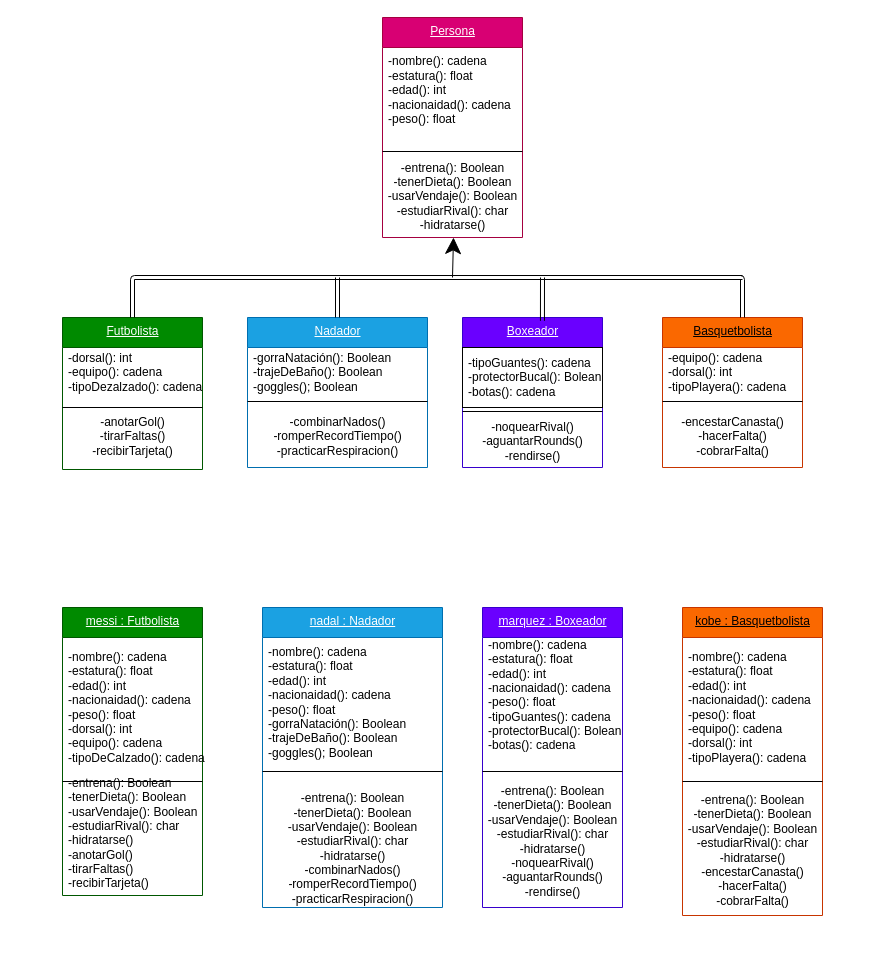
Earlier version of the draw.io diagram Untitled Diagram.drawio (alan-carrasco/Pr-ctica). Source tidied: cells renumbered, new cells numbered last; positions are measured from the earlier drawing's top-left corner, leaving out a move shared by most shapes. Both pictures are drawn from the tidied source at 100%, with x=0, y=0 at pixel (62, 17).
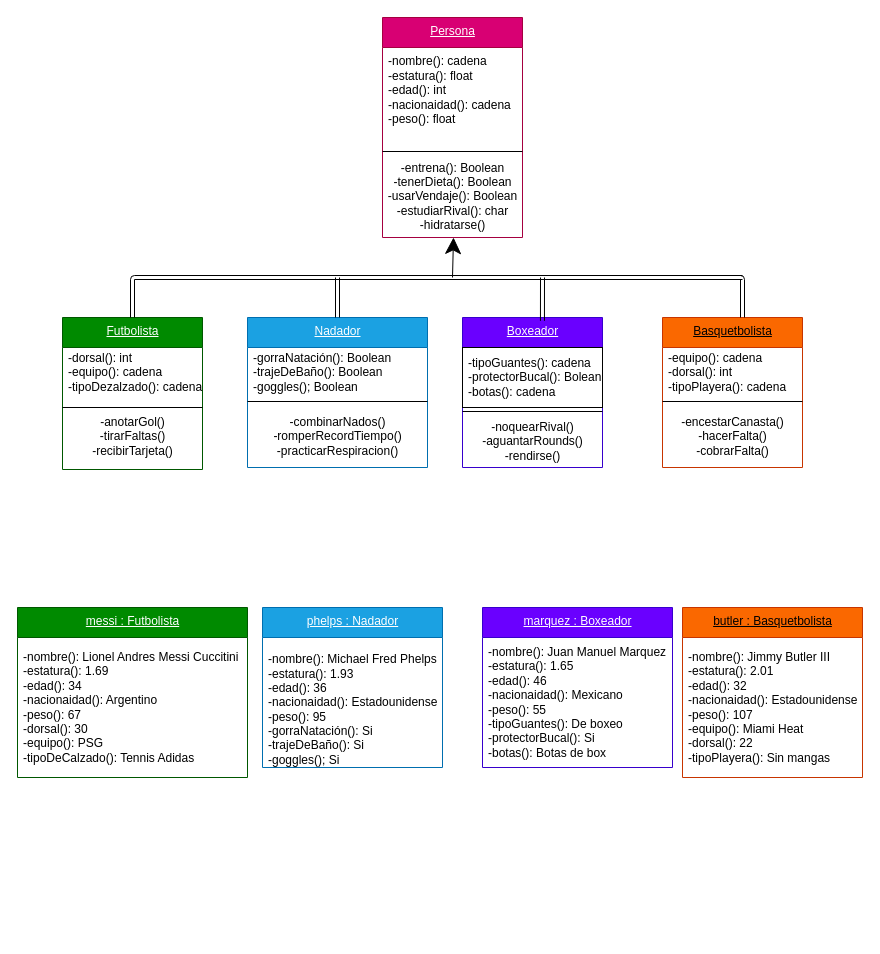
The same page after the edit.

What changed in the source:
```diff
@@
     <mxCell id="27" value="&lt;div&gt;messi : Futbolista&lt;/div&gt;&lt;div&gt;&lt;br&gt; &lt;/div&gt;" style="swimlane;fontStyle=4;align=center;verticalAlign=top;horizontal=1;startSize=30;html=1;hachureGap=4;fillColor=#008a00;strokeColor=#005700;fontColor=#ffffff;" parent="1" vertex="1">
-      <mxGeometry y="590" width="140" height="288" as="geometry" />
+      <mxGeometry x="-45" y="590" width="230" height="170" as="geometry" />
     </mxCell>
-    <mxCell id="28" value="&lt;br&gt;&lt;div&gt;-nombre(): cadena&lt;/div&gt;&lt;div&gt;-estatura(): float&lt;/div&gt;&lt;div&gt;-edad(): int&lt;/div&gt;&lt;div&gt;-nacionaidad(): cadena&lt;/div&gt;&lt;div&gt;-peso(): float&lt;/div&gt;&lt;div&gt;&lt;div&gt;-dorsal(): int&lt;/div&gt;&lt;div&gt;-equipo(): cadena&lt;/div&gt;&lt;div&gt;-tipoDeCalzado(): cadena&lt;br&gt;&lt;/div&gt;&lt;/div&gt;&lt;div&gt;&lt;br&gt;&lt;/div&gt;" style="html=1;strokeColor=none;fillColor=none;align=left;verticalAlign=middle;spacingLeft=4;spacingRight=4;" parent="27" vertex="1">
-      <mxGeometry y="30" width="140" height="140" as="geometry" />
+    <mxCell id="28" value="&lt;br&gt;&lt;div&gt;-nombre(): Lionel Andres Messi Cuccitini&lt;br&gt;&lt;/div&gt;&lt;div&gt;-estatura(): 1.69&lt;br&gt;&lt;/div&gt;&lt;div&gt;-edad(): 34&lt;br&gt;&lt;/div&gt;&lt;div&gt;-nacionaidad(): Argentino&lt;/div&gt;&lt;div&gt;-peso(): 67&lt;/div&gt;&lt;div&gt;&lt;div&gt;-dorsal(): 30&lt;/div&gt;&lt;div&gt;-equipo(): PSG&lt;/div&gt;&lt;div&gt;-tipoDeCalzado(): Tennis Adidas&lt;br&gt;&lt;/div&gt;&lt;/div&gt;&lt;div&gt;&lt;br&gt;&lt;/div&gt;" style="html=1;strokeColor=none;fillColor=none;align=left;verticalAlign=middle;spacingLeft=4;spacingRight=4;" parent="27" vertex="1">
+      <mxGeometry y="30" width="230" height="140" as="geometry" />
     </mxCell>
-    <mxCell id="29" style="line;strokeWidth=1;fillColor=none;align=left;verticalAlign=middle;spacingTop=-1;spacingLeft=3;spacingRight=3;labelPosition=right;" parent="27" vertex="1">
-      <mxGeometry y="170" width="140" height="8" as="geometry" />
-    </mxCell>
-    <mxCell id="30" value="&lt;div&gt;-entrena(): Boolean&lt;/div&gt;&lt;div&gt;-tenerDieta(): Boolean&lt;br&gt;&lt;/div&gt;&lt;div&gt;-usarVendaje(): Boolean&lt;br&gt;&lt;/div&gt;&lt;div&gt;-estudiarRival(): char&lt;/div&gt;&lt;div&gt;-hidratarse()&lt;/div&gt;&lt;div&gt;&lt;div&gt;-anotarGol()&lt;/div&gt;&lt;div&gt;-tirarFaltas()&lt;/div&gt;&lt;div&gt;-recibirTarjeta()&lt;br&gt;&lt;/div&gt;&lt;div&gt;&lt;br&gt; &lt;/div&gt;&lt;/div&gt;" style="html=1;strokeColor=none;fillColor=none;align=left;verticalAlign=middle;spacingLeft=4;spacingRight=4;" parent="27" vertex="1">
-      <mxGeometry y="178" width="140" height="110" as="geometry" />
-    </mxCell>
-    <mxCell id="31" value="&lt;div&gt;nadal : Nadador&lt;/div&gt;&lt;div&gt;&lt;br&gt;&lt;/div&gt;" style="swimlane;fontStyle=4;align=center;verticalAlign=top;horizontal=1;startSize=30;html=1;hachureGap=4;fillColor=#1ba1e2;strokeColor=#006EAF;fontColor=#ffffff;" parent="1" vertex="1">
-      <mxGeometry x="200" y="590" width="180" height="300" as="geometry" />
+    <mxCell id="31" value="&lt;div&gt;phelps : Nadador&lt;/div&gt;&lt;div&gt;&lt;br&gt;&lt;/div&gt;" style="swimlane;fontStyle=4;align=center;verticalAlign=top;horizontal=1;startSize=30;html=1;hachureGap=4;fillColor=#1ba1e2;strokeColor=#006EAF;fontColor=#ffffff;" parent="1" vertex="1">
+      <mxGeometry x="200" y="590" width="180" height="160" as="geometry" />
     </mxCell>
-    <mxCell id="32" value="&lt;br&gt;&lt;div&gt;-nombre(): cadena&lt;/div&gt;&lt;div&gt;-estatura(): float&lt;/div&gt;&lt;div&gt;-edad(): int&lt;/div&gt;&lt;div&gt;-nacionaidad(): cadena&lt;/div&gt;&lt;div&gt;-peso(): float&lt;/div&gt;&lt;div&gt;&lt;div&gt;-gorraNatación(): Boolean&lt;/div&gt;&lt;div&gt;-trajeDeBaño(): Boolean&lt;br&gt;&lt;/div&gt;&lt;div&gt;-goggles(); Boolean&lt;br&gt;&lt;/div&gt;&lt;/div&gt;&lt;br&gt;" style="html=1;strokeColor=none;fillColor=none;align=left;verticalAlign=middle;spacingLeft=4;spacingRight=4;" parent="31" vertex="1">
+    <mxCell id="32" value="&lt;br&gt;&lt;div&gt;-nombre(): &lt;span&gt;Michael Fred Phelps&lt;/span&gt;&lt;/div&gt;&lt;div&gt;-estatura(): &lt;span class=&quot;Eq0J8 LrzXr kno-fv&quot;&gt;1.93 &lt;br&gt;&lt;/span&gt;&lt;/div&gt;&lt;div&gt;-edad(): 36&lt;/div&gt;&lt;div&gt;-nacionaidad(): Estadounidense&lt;/div&gt;&lt;div&gt;-peso(): 95&lt;/div&gt;&lt;div&gt;&lt;div&gt;-gorraNatación(): Si&lt;/div&gt;&lt;div&gt;-trajeDeBaño(): Si&lt;br&gt;&lt;/div&gt;&lt;div&gt;-goggles(); Si&lt;br&gt;&lt;/div&gt;&lt;/div&gt;" style="html=1;strokeColor=none;fillColor=none;align=left;verticalAlign=middle;spacingLeft=4;spacingRight=4;" parent="31" vertex="1">
       <mxGeometry y="30" width="180" height="130" as="geometry" />
     </mxCell>
-    <mxCell id="33" style="line;strokeWidth=1;fillColor=none;align=left;verticalAlign=middle;spacingTop=-1;spacingLeft=3;spacingRight=3;labelPosition=right;" parent="31" vertex="1">
-      <mxGeometry y="160" width="180" height="8" as="geometry" />
-    </mxCell>
-    <mxCell id="34" value="&lt;br&gt;&lt;div&gt;-entrena(): Boolean&lt;/div&gt;&lt;div&gt;-tenerDieta(): Boolean&lt;br&gt;&lt;/div&gt;&lt;div&gt;-usarVendaje(): Boolean&lt;br&gt;&lt;/div&gt;&lt;div&gt;-estudiarRival(): char&lt;/div&gt;&lt;div&gt;-hidratarse()&lt;br&gt;&lt;/div&gt;&lt;div&gt;-combinarNados()&lt;/div&gt;&lt;div&gt;-romperRecordTiempo()&lt;/div&gt;&lt;div&gt;-practicarRespiracion()&lt;br&gt;&lt;/div&gt;" style="html=1;strokeColor=none;fillColor=none;align=center;verticalAlign=middle;spacingLeft=4;spacingRight=4;" parent="31" vertex="1">
-      <mxGeometry y="168" width="180" height="132" as="geometry" />
-    </mxCell>
     <mxCell id="35" value="marquez : Boxeador" style="swimlane;fontStyle=4;align=center;verticalAlign=top;horizontal=1;startSize=30;html=1;hachureGap=4;fillColor=#6a00ff;strokeColor=#3700CC;fontColor=#ffffff;" parent="1" vertex="1">
-      <mxGeometry x="420" y="590" width="140" height="300" as="geometry" />
+      <mxGeometry x="420" y="590" width="190" height="160" as="geometry" />
     </mxCell>
-    <mxCell id="36" value="&lt;br&gt;&lt;div&gt;-nombre(): cadena&lt;/div&gt;&lt;div&gt;-estatura(): float&lt;/div&gt;&lt;div&gt;-edad(): int&lt;/div&gt;&lt;div&gt;-nacionaidad(): cadena&lt;/div&gt;&lt;div&gt;-peso(): float&lt;/div&gt;&lt;div&gt;&lt;div&gt;-tipoGuantes(): cadena&lt;/div&gt;&lt;div&gt;-protectorBucal(): Bolean&lt;/div&gt;&lt;div&gt;-botas(): cadena&lt;/div&gt;&lt;/div&gt;&lt;div&gt;&lt;br&gt;&lt;/div&gt;&lt;br&gt;" style="html=1;strokeColor=none;fillColor=none;align=left;verticalAlign=middle;spacingLeft=4;spacingRight=4;" parent="35" vertex="1">
-      <mxGeometry y="30" width="140" height="130" as="geometry" />
+    <mxCell id="36" value="&lt;br&gt;&lt;div&gt;-nombre(): Juan Manuel Marquez&lt;br&gt;&lt;/div&gt;&lt;div&gt;-estatura(): 1.65&lt;/div&gt;&lt;div&gt;-edad(): 46&lt;/div&gt;&lt;div&gt;-nacionaidad(): Mexicano&lt;/div&gt;&lt;div&gt;-peso(): 55&lt;/div&gt;&lt;div&gt;&lt;div&gt;-tipoGuantes(): De boxeo&lt;br&gt;&lt;/div&gt;&lt;div&gt;-protectorBucal(): Si&lt;/div&gt;&lt;div&gt;-botas(): Botas de box&lt;br&gt;&lt;/div&gt;&lt;/div&gt;&lt;div&gt;&lt;br&gt;&lt;/div&gt;" style="html=1;strokeColor=none;fillColor=none;align=left;verticalAlign=middle;spacingLeft=4;spacingRight=4;" parent="35" vertex="1">
+      <mxGeometry y="30" width="190" height="130" as="geometry" />
     </mxCell>
-    <mxCell id="37" style="line;strokeWidth=1;fillColor=none;align=left;verticalAlign=middle;spacingTop=-1;spacingLeft=3;spacingRight=3;labelPosition=right;" parent="35" vertex="1">
-      <mxGeometry y="160" width="140" height="8" as="geometry" />
-    </mxCell>
-    <mxCell id="38" value="&lt;br&gt;&lt;div&gt;-entrena(): Boolean&lt;/div&gt;&lt;div&gt;-tenerDieta(): Boolean&lt;br&gt;&lt;/div&gt;&lt;div&gt;-usarVendaje(): Boolean&lt;br&gt;&lt;/div&gt;&lt;div&gt;-estudiarRival(): char&lt;/div&gt;&lt;div&gt;-hidratarse()&lt;/div&gt;&lt;div&gt;&lt;div&gt;-noquearRival()&lt;/div&gt;&lt;div&gt;-aguantarRounds()&lt;/div&gt;&lt;div&gt;-rendirse()&lt;/div&gt;&lt;/div&gt;&lt;br&gt;" style="html=1;strokeColor=none;fillColor=none;align=center;verticalAlign=middle;spacingLeft=4;spacingRight=4;" parent="35" vertex="1">
-      <mxGeometry y="168" width="140" height="132" as="geometry" />
-    </mxCell>
-    <mxCell id="39" value="kobe : Basquetbolista" style="swimlane;fontStyle=4;align=center;verticalAlign=top;horizontal=1;startSize=30;html=1;fillColor=#fa6800;strokeColor=#C73500;fontColor=#000000;" parent="1" vertex="1">
-      <mxGeometry x="620" y="590" width="140" height="308" as="geometry" />
+    <mxCell id="39" value="butler : Basquetbolista" style="swimlane;fontStyle=4;align=center;verticalAlign=top;horizontal=1;startSize=30;html=1;fillColor=#fa6800;strokeColor=#C73500;fontColor=#000000;" parent="1" vertex="1">
+      <mxGeometry x="620" y="590" width="180" height="170" as="geometry" />
     </mxCell>
-    <mxCell id="40" value="&lt;div&gt;&lt;br&gt;&lt;/div&gt;&lt;div&gt;&lt;br&gt;&lt;/div&gt;&lt;div&gt;-nombre(): cadena&lt;/div&gt;&lt;div&gt;-estatura(): float&lt;/div&gt;&lt;div&gt;-edad(): int&lt;/div&gt;&lt;div&gt;-nacionaidad(): cadena&lt;/div&gt;&lt;div&gt;-peso(): float&lt;/div&gt;&lt;div&gt;&lt;div&gt;-equipo(): cadena&lt;/div&gt;&lt;div&gt;-dorsal(): int&lt;/div&gt;&lt;div&gt;-tipoPlayera(): cadena&lt;br&gt;&lt;/div&gt;&lt;br&gt;&lt;br&gt;&lt;/div&gt;" style="html=1;strokeColor=none;fillColor=none;align=left;verticalAlign=middle;spacingLeft=4;spacingRight=4;" parent="39" vertex="1">
-      <mxGeometry y="30" width="140" height="140" as="geometry" />
+    <mxCell id="40" value="&lt;div&gt;&lt;br&gt;&lt;/div&gt;&lt;div&gt;&lt;br&gt;&lt;/div&gt;&lt;div&gt;-nombre(): &lt;span&gt;Jimmy Butler III&lt;/span&gt;&lt;/div&gt;&lt;div&gt;-estatura(): 2.01&lt;br&gt;&lt;/div&gt;&lt;div&gt;-edad(): 32&lt;/div&gt;&lt;div&gt;-nacionaidad(): Estadounidense&lt;/div&gt;&lt;div&gt;-peso(): 107&lt;/div&gt;&lt;div&gt;&lt;div&gt;-equipo(): Miami Heat&lt;br&gt;&lt;/div&gt;&lt;div&gt;-dorsal(): 22&lt;/div&gt;&lt;div&gt;-tipoPlayera(): Sin mangas&lt;br&gt;&lt;/div&gt;&lt;br&gt;&lt;br&gt;&lt;/div&gt;" style="html=1;strokeColor=none;fillColor=none;align=left;verticalAlign=middle;spacingLeft=4;spacingRight=4;" parent="39" vertex="1">
+      <mxGeometry y="30" width="180" height="140" as="geometry" />
     </mxCell>
-    <mxCell id="41" style="line;strokeWidth=1;fillColor=none;align=left;verticalAlign=middle;spacingTop=-1;spacingLeft=3;spacingRight=3;labelPosition=right;" parent="39" vertex="1">
-      <mxGeometry y="170" width="140" height="8" as="geometry" />
-    </mxCell>
-    <mxCell id="42" value="&lt;div&gt;&lt;br&gt;&lt;/div&gt;&lt;div&gt;&lt;br&gt;&lt;/div&gt;&lt;div&gt;-entrena(): Boolean&lt;/div&gt;&lt;div&gt;-tenerDieta(): Boolean&lt;br&gt;&lt;/div&gt;&lt;div&gt;-usarVendaje(): Boolean&lt;br&gt;&lt;/div&gt;&lt;div&gt;-estudiarRival(): char&lt;/div&gt;&lt;div&gt;-hidratarse()&lt;/div&gt;&lt;div&gt;&lt;div&gt;-encestarCanasta()&lt;/div&gt;&lt;div&gt;-hacerFalta()&lt;/div&gt;&lt;div&gt;-cobrarFalta()&lt;br&gt;&lt;/div&gt;&lt;/div&gt;&lt;br&gt;&lt;br&gt;" style="html=1;strokeColor=none;fillColor=none;align=center;verticalAlign=middle;spacingLeft=4;spacingRight=4;" parent="39" vertex="1">
-      <mxGeometry y="178" width="140" height="130" as="geometry" />
-    </mxCell>
```
